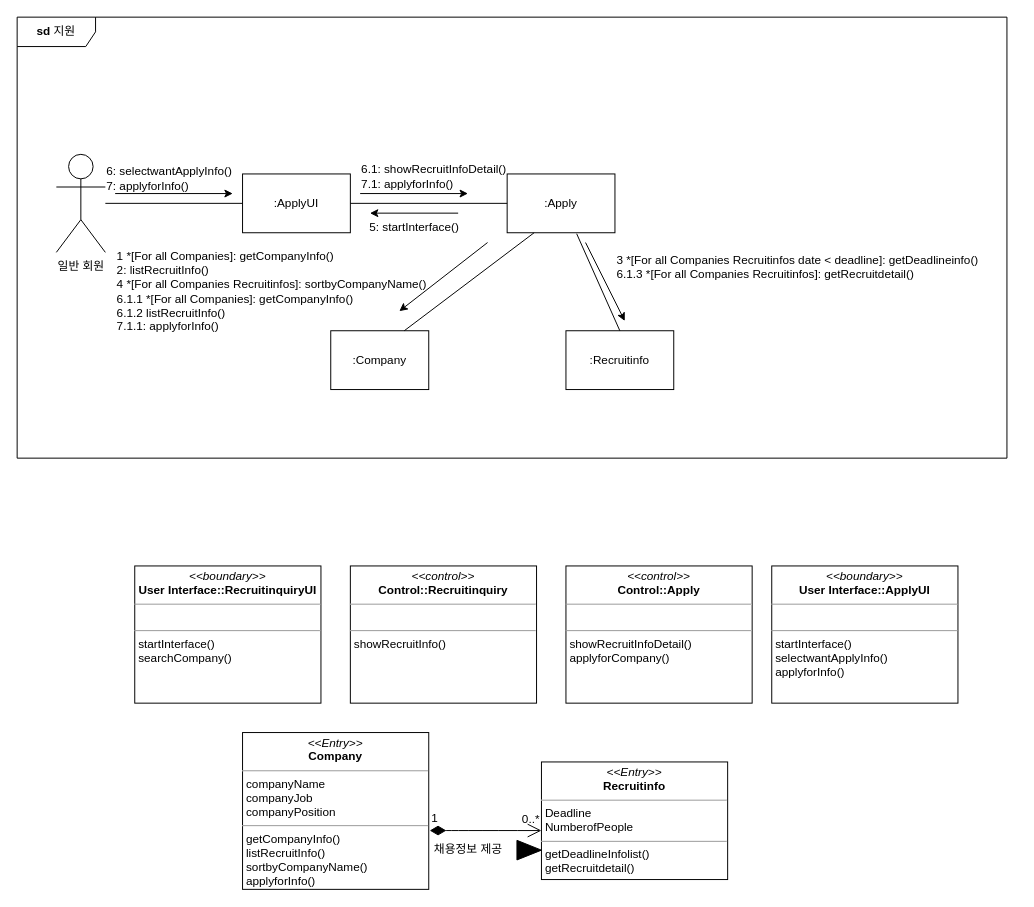
Before: Taemin/지원_Communication_Diagram_B811045김태민_과제2.drawio in KimTaemin-Git/SE2, a draw.io diagram. Source tidied: cells renumbered, new cells numbered last; positions are measured from the earlier drawing's top-left corner, leaving out a move shared by most shapes. Both pictures are drawn from the tidied source at 98%, with x=0, y=0 at pixel (17, 17).
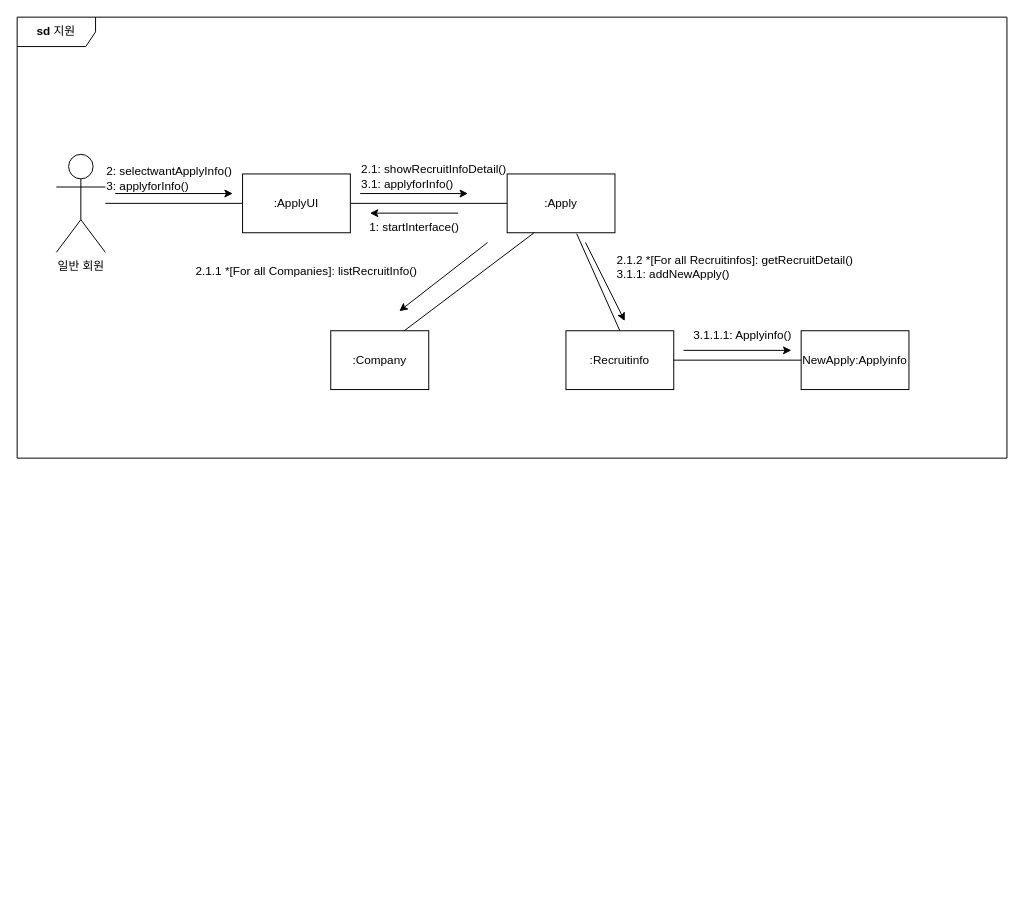
The same page after the edit.

Unchanged cells that the change refers to:
```xml
<mxCell id="2" style="group;" parent="1" vertex="1">
  <mxGeometry x="40" y="130" width="980" height="250" as="geometry" />
</mxCell>
<mxCell id="7" value=":Recruitinfo" style="rounded=0;whiteSpace=wrap;html=1;" parent="2" vertex="1">
  <mxGeometry x="520" y="190" width="110" height="60" as="geometry" />
</mxCell>
```

The edit, as a diff of the source:
```diff
@@
-    <mxCell id="11" value="1 *[For all Companies]: getCompanyInfo()&lt;br&gt;2: listRecruitInfo()&lt;br&gt;4 *[For all Companies Recruitinfos]: sortbyCompanyName()&lt;br&gt;6.1.1 *[For all Companies]: getCompanyInfo()&lt;br&gt;6.1.2 listRecruitInfo()&lt;br&gt;7.1.1: applyforInfo()" style="text;html=1;align=left;verticalAlign=middle;strokeColor=none;fillColor=none;" parent="2" vertex="1">
-      <mxGeometry x="60" y="100" width="340" height="100" as="geometry" />
-    </mxCell>
@@
-    <mxCell id="14" value="6: selectwantApplyInfo()&lt;br&gt;&lt;div style=&quot;text-align: left;&quot;&gt;&lt;span style=&quot;background-color: initial;&quot;&gt;7: applyforInfo()&lt;/span&gt;&lt;/div&gt;" style="text;html=1;align=center;verticalAlign=middle;strokeColor=none;fillColor=none;" parent="2" vertex="1">
+    <mxCell id="14" value="2: selectwantApplyInfo()&lt;br&gt;&lt;div style=&quot;text-align: left;&quot;&gt;&lt;span style=&quot;background-color: initial;&quot;&gt;3: applyforInfo()&lt;/span&gt;&lt;/div&gt;" style="text;html=1;align=center;verticalAlign=middle;strokeColor=none;fillColor=none;" parent="2" vertex="1">
       <mxGeometry x="40" y="15" width="150" height="40" as="geometry" />
     </mxCell>
@@
-    <mxCell id="16" value="5: startInterface()" style="text;html=1;align=center;verticalAlign=middle;strokeColor=none;fillColor=none;" parent="2" vertex="1">
+    <mxCell id="16" value="1: startInterface()" style="text;html=1;align=center;verticalAlign=middle;strokeColor=none;fillColor=none;" parent="2" vertex="1">
       <mxGeometry x="310" y="70" width="110" height="30" as="geometry" />
     </mxCell>
@@
-    <mxCell id="18" value="3 *[For all Companies Recruitinfos date &amp;lt; deadline]: getDeadlineinfo()&lt;br&gt;6.1.3 *[For all Companies Recruitinfos]: getRecruitdetail()" style="text;html=1;align=left;verticalAlign=middle;strokeColor=none;fillColor=none;" parent="2" vertex="1">
-      <mxGeometry x="570" y="105" width="390" height="40" as="geometry" />
+    <mxCell id="18" value="2.1.2 *[For all Recruitinfos]: getRecruitDetail()&lt;br&gt;3.1.1: addNewApply()" style="text;html=1;align=left;verticalAlign=middle;strokeColor=none;fillColor=none;" parent="2" vertex="1">
+      <mxGeometry x="570" y="105" width="260" height="40" as="geometry" />
     </mxCell>
+    <mxCell id="33" value="2.1.1 *[For all Companies]: listRecruitInfo()" style="text;html=1;align=center;verticalAlign=middle;strokeColor=none;fillColor=none;" parent="2" vertex="1">
+      <mxGeometry x="130" y="115" width="250" height="30" as="geometry" />
+    </mxCell>
+    <mxCell id="34" value="NewApply:Applyinfo" style="rounded=0;whiteSpace=wrap;html=1;" parent="2" vertex="1">
+      <mxGeometry x="760" y="190" width="110" height="60" as="geometry" />
+    </mxCell>
+    <mxCell id="35" style="endArrow=none;html=1;rounded=0;exitX=1;exitY=0.5;exitDx=0;exitDy=0;entryX=0;entryY=0.5;entryDx=0;entryDy=0;" parent="2" edge="1" source="7" target="34">
+      <mxGeometry relative="1" as="geometry" />
+    </mxCell>
+    <mxCell id="36" value="3.1.1.1: Applyinfo()" style="text;html=1;align=center;verticalAlign=middle;strokeColor=none;fillColor=none;" parent="2" vertex="1">
+      <mxGeometry x="640" y="180" width="120" height="30" as="geometry" />
+    </mxCell>
@@
-    <mxCell id="20" value="6.1: showRecruitInfoDetail()&lt;br&gt;&lt;div style=&quot;text-align: left;&quot;&gt;&lt;span style=&quot;background-color: initial;&quot;&gt;7.1: applyforInfo()&lt;/span&gt;&lt;/div&gt;" style="text;html=1;align=center;verticalAlign=middle;strokeColor=none;fillColor=none;" parent="1" vertex="1">
+    <mxCell id="20" value="2.1: showRecruitInfoDetail()&lt;br&gt;&lt;div style=&quot;text-align: left;&quot;&gt;&lt;span style=&quot;background-color: initial;&quot;&gt;3.1: applyforInfo()&lt;/span&gt;&lt;/div&gt;" style="text;html=1;align=center;verticalAlign=middle;strokeColor=none;fillColor=none;" parent="1" vertex="1">
       <mxGeometry x="340" y="143" width="170" height="40" as="geometry" />
     </mxCell>
@@
-    <mxCell id="22" value="&lt;b&gt;sd&amp;nbsp;&lt;/b&gt;지원" style="shape=umlFrame;whiteSpace=wrap;html=1;width=80;height=30;" parent="1" vertex="1">
+    <mxCell id="22" value="&lt;b&gt;sd&lt;/b&gt;&amp;nbsp;지원" style="shape=umlFrame;whiteSpace=wrap;html=1;width=80;height=30;" parent="1" vertex="1">
       <mxGeometry width="1010" height="450" as="geometry" />
     </mxCell>
-    <mxCell id="23" value="&lt;p style=&quot;margin:0px;margin-top:4px;text-align:center;&quot;&gt;&lt;i&gt;&amp;lt;&amp;lt;boundary&amp;gt;&amp;gt;&lt;/i&gt;&lt;br&gt;&lt;b&gt;User Interface::RecruitinquiryUI&lt;/b&gt;&lt;/p&gt;&lt;hr size=&quot;1&quot;&gt;&lt;p style=&quot;margin:0px;margin-left:4px;&quot;&gt;&lt;br&gt;&lt;/p&gt;&lt;hr size=&quot;1&quot;&gt;&lt;p style=&quot;margin:0px;margin-left:4px;&quot;&gt;startInterface()&lt;/p&gt;&lt;p style=&quot;margin:0px;margin-left:4px;&quot;&gt;searchCompany()&lt;/p&gt;" style="verticalAlign=top;align=left;overflow=fill;fontSize=12;fontFamily=Helvetica;html=1;whiteSpace=wrap;" parent="1" vertex="1">
-      <mxGeometry x="120" y="560" width="190" height="140" as="geometry" />
-    </mxCell>
-    <mxCell id="24" value="&lt;p style=&quot;margin:0px;margin-top:4px;text-align:center;&quot;&gt;&lt;i&gt;&amp;lt;&amp;lt;control&amp;gt;&amp;gt;&lt;/i&gt;&lt;br&gt;&lt;b&gt;Control::Recruitinquiry&lt;/b&gt;&lt;/p&gt;&lt;hr size=&quot;1&quot;&gt;&lt;p style=&quot;margin:0px;margin-left:4px;&quot;&gt;&lt;br&gt;&lt;/p&gt;&lt;hr size=&quot;1&quot;&gt;&lt;p style=&quot;margin:0px;margin-left:4px;&quot;&gt;showRecruitInfo()&lt;/p&gt;" style="verticalAlign=top;align=left;overflow=fill;fontSize=12;fontFamily=Helvetica;html=1;whiteSpace=wrap;" parent="1" vertex="1">
-      <mxGeometry x="340" y="560" width="190" height="140" as="geometry" />
-    </mxCell>
-    <mxCell id="25" value="&lt;p style=&quot;margin:0px;margin-top:4px;text-align:center;&quot;&gt;&lt;i&gt;&amp;lt;&amp;lt;control&amp;gt;&amp;gt;&lt;/i&gt;&lt;br&gt;&lt;b&gt;Control::Apply&lt;/b&gt;&lt;/p&gt;&lt;hr size=&quot;1&quot;&gt;&lt;p style=&quot;margin:0px;margin-left:4px;&quot;&gt;&lt;br&gt;&lt;/p&gt;&lt;hr size=&quot;1&quot;&gt;&lt;p style=&quot;margin:0px;margin-left:4px;&quot;&gt;showRecruitInfoDetail()&lt;/p&gt;&lt;p style=&quot;margin:0px;margin-left:4px;&quot;&gt;applyforCompany()&lt;/p&gt;" style="verticalAlign=top;align=left;overflow=fill;fontSize=12;fontFamily=Helvetica;html=1;whiteSpace=wrap;" parent="1" vertex="1">
-      <mxGeometry x="560" y="560" width="190" height="140" as="geometry" />
-    </mxCell>
-    <mxCell id="26" value="&lt;p style=&quot;margin:0px;margin-top:4px;text-align:center;&quot;&gt;&lt;i&gt;&amp;lt;&amp;lt;boundary&amp;gt;&amp;gt;&lt;/i&gt;&lt;br&gt;&lt;b&gt;User Interface::ApplyUI&lt;/b&gt;&lt;/p&gt;&lt;hr size=&quot;1&quot;&gt;&lt;p style=&quot;margin:0px;margin-left:4px;&quot;&gt;&lt;br&gt;&lt;/p&gt;&lt;hr size=&quot;1&quot;&gt;&lt;p style=&quot;margin:0px;margin-left:4px;&quot;&gt;startInterface()&lt;/p&gt;&lt;p style=&quot;margin:0px;margin-left:4px;&quot;&gt;selectwantApplyInfo()&lt;/p&gt;&lt;p style=&quot;margin:0px;margin-left:4px;&quot;&gt;applyforInfo()&lt;/p&gt;" style="verticalAlign=top;align=left;overflow=fill;fontSize=12;fontFamily=Helvetica;html=1;whiteSpace=wrap;" parent="1" vertex="1">
-      <mxGeometry x="770" y="560" width="190" height="140" as="geometry" />
-    </mxCell>
-    <mxCell id="27" value="&lt;p style=&quot;margin:0px;margin-top:4px;text-align:center;&quot;&gt;&lt;i&gt;&amp;lt;&amp;lt;Entry&amp;gt;&amp;gt;&lt;/i&gt;&lt;br&gt;&lt;b&gt;Company&lt;/b&gt;&lt;/p&gt;&lt;hr size=&quot;1&quot;&gt;&lt;p style=&quot;margin:0px;margin-left:4px;&quot;&gt;companyName&lt;/p&gt;&lt;p style=&quot;margin:0px;margin-left:4px;&quot;&gt;companyJob&lt;/p&gt;&lt;p style=&quot;margin:0px;margin-left:4px;&quot;&gt;companyPosition&lt;/p&gt;&lt;hr size=&quot;1&quot;&gt;&lt;p style=&quot;margin:0px;margin-left:4px;&quot;&gt;getCompanyInfo()&lt;/p&gt;&lt;p style=&quot;margin:0px;margin-left:4px;&quot;&gt;listRecruitInfo()&lt;/p&gt;&lt;p style=&quot;margin:0px;margin-left:4px;&quot;&gt;sortbyCompanyName()&lt;/p&gt;&lt;p style=&quot;margin:0px;margin-left:4px;&quot;&gt;applyforInfo()&lt;/p&gt;" style="verticalAlign=top;align=left;overflow=fill;fontSize=12;fontFamily=Helvetica;html=1;whiteSpace=wrap;" parent="1" vertex="1">
-      <mxGeometry x="230" y="730" width="190" height="160" as="geometry" />
-    </mxCell>
-    <mxCell id="28" value="&lt;p style=&quot;margin:0px;margin-top:4px;text-align:center;&quot;&gt;&lt;i&gt;&amp;lt;&amp;lt;Entry&amp;gt;&amp;gt;&lt;/i&gt;&lt;br&gt;&lt;b&gt;Recruitinfo&lt;/b&gt;&lt;/p&gt;&lt;hr size=&quot;1&quot;&gt;&lt;p style=&quot;margin:0px;margin-left:4px;&quot;&gt;Deadline&lt;/p&gt;&lt;p style=&quot;margin:0px;margin-left:4px;&quot;&gt;NumberofPeople&lt;/p&gt;&lt;hr size=&quot;1&quot;&gt;&lt;p style=&quot;margin:0px;margin-left:4px;&quot;&gt;getDeadlineInfolist()&lt;/p&gt;&lt;p style=&quot;margin:0px;margin-left:4px;&quot;&gt;getRecruitdetail()&lt;/p&gt;" style="verticalAlign=top;align=left;overflow=fill;fontSize=12;fontFamily=Helvetica;html=1;whiteSpace=wrap;" parent="1" vertex="1">
-      <mxGeometry x="535" y="760" width="190" height="120" as="geometry" />
-    </mxCell>
-    <mxCell id="29" value="&lt;font style=&quot;font-size: 12px;&quot;&gt;채용정보 제공&lt;/font&gt;" style="text;html=1;align=center;verticalAlign=middle;strokeColor=none;fillColor=none;fontSize=16;" parent="1" vertex="1">
-      <mxGeometry x="410" y="832" width="100" height="30" as="geometry" />
-    </mxCell>
-    <mxCell id="30" style="shape=mxgraph.arrows2.wedgeArrow;html=1;startWidth=10;fillColor=strokeColor;defaultFillColor=invert;defaultGradientColor=invert;rounded=0;fontSize=12;startSize=8;endSize=8;curved=1;entryX=0;entryY=0.75;entryDx=0;entryDy=0;" parent="1" edge="1" target="28">
-      <mxGeometry relative="1" as="geometry">
-        <mxPoint x="510" y="850" as="sourcePoint" />
-      </mxGeometry>
-    </mxCell>
-    <mxCell id="31" value="&lt;font style=&quot;font-size: 12px;&quot;&gt;0..*&lt;/font&gt;" style="text;html=1;align=center;verticalAlign=middle;strokeColor=none;fillColor=none;fontSize=16;" parent="1" vertex="1">
-      <mxGeometry x="504" y="802" width="40" height="30" as="geometry" />
-    </mxCell>
-    <mxCell id="32" value="1" style="endArrow=open;html=1;endSize=12;startArrow=diamondThin;startSize=14;startFill=1;edgeStyle=orthogonalEdgeStyle;align=left;verticalAlign=bottom;rounded=0;fontSize=12;curved=1;" parent="1" edge="1">
-      <mxGeometry x="-1" y="3" relative="1" as="geometry">
-        <mxPoint x="421" y="830" as="sourcePoint" />
-        <mxPoint x="535" y="830" as="targetPoint" />
-      </mxGeometry>
-    </mxCell>
+    <mxCell id="37" style="endArrow=classic;html=1;rounded=0;" parent="1" edge="1">
+      <mxGeometry relative="1" as="geometry">
+        <mxPoint x="680" y="340" as="sourcePoint" />
+        <mxPoint x="790" y="340" as="targetPoint" />
+      </mxGeometry>
+    </mxCell>
```
